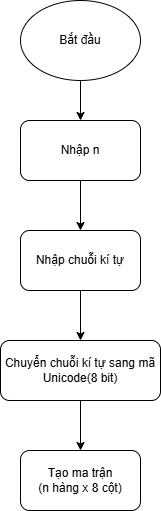
This is cstts_luu_do_rieng_tung_phan/nhap_mahoa.png from nhatnguyen3104/BaiTapLonCstts, a draw.io export, as it was before one commit. Source tidied: cells renumbered, new cells last; positions are measured from the earlier drawing's top-left corner, leaving out a move shared by most shapes. The source it was exported from:
```xml
<mxGraphModel>
  <root>
    <mxCell id="0" />
    <mxCell id="1" parent="0" />
    <mxCell id="2" style="edgeStyle=orthogonalEdgeStyle;rounded=0;jettySize=auto;html=1;" parent="1" edge="1" source="3" target="5">
      <mxGeometry relative="1" as="geometry" />
    </mxCell>
    <mxCell id="3" value="Bắt đầu" style="ellipse;whiteSpace=wrap;html=1;" parent="1" vertex="1">
      <mxGeometry x="20" width="120" height="80" as="geometry" />
    </mxCell>
    <mxCell id="4" style="edgeStyle=orthogonalEdgeStyle;rounded=0;jettySize=auto;html=1;" parent="1" edge="1" source="5" target="7">
      <mxGeometry relative="1" as="geometry" />
    </mxCell>
    <mxCell id="5" value="Nhập n" style="rounded=1;whiteSpace=wrap;html=1;" parent="1" vertex="1">
      <mxGeometry x="20" y="120" width="120" height="60" as="geometry" />
    </mxCell>
    <mxCell id="6" style="edgeStyle=orthogonalEdgeStyle;rounded=0;jettySize=auto;html=1;" parent="1" edge="1" source="7" target="9">
      <mxGeometry relative="1" as="geometry" />
    </mxCell>
    <mxCell id="7" value="Nhập chuỗi kí tự" style="rounded=1;whiteSpace=wrap;html=1;" parent="1" vertex="1">
      <mxGeometry x="20" y="230" width="120" height="60" as="geometry" />
    </mxCell>
    <mxCell id="8" style="edgeStyle=orthogonalEdgeStyle;rounded=0;jettySize=auto;html=1;" parent="1" edge="1" source="9" target="10">
      <mxGeometry relative="1" as="geometry" />
    </mxCell>
    <mxCell id="9" value="Chuyển chuỗi kí tự sang mã Unicode(8 bit)" style="rounded=1;whiteSpace=wrap;html=1;" parent="1" vertex="1">
      <mxGeometry y="340" width="160" height="60" as="geometry" />
    </mxCell>
    <mxCell id="10" value="Tạo ma trận&lt;div&gt;(n hàng x 8 cột)&lt;/div&gt;" style="rounded=1;whiteSpace=wrap;html=1;" parent="1" vertex="1">
      <mxGeometry x="20" y="450" width="120" height="60" as="geometry" />
    </mxCell>
  </root>
</mxGraphModel>
```
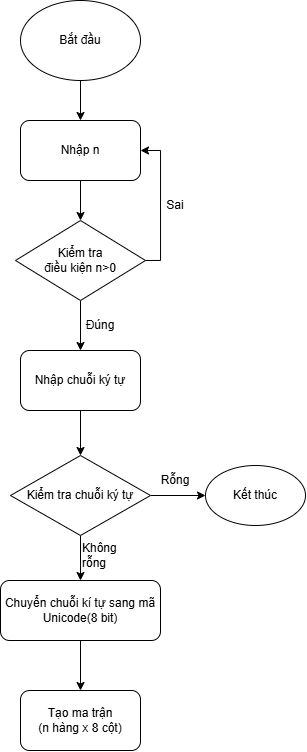
The same file after the commit.

What changed in the source:
```diff
@@ -8,26 +8,64 @@
     <mxCell id="3" value="Bắt đầu" style="ellipse;whiteSpace=wrap;html=1;" parent="1" vertex="1">
       <mxGeometry x="20" width="120" height="80" as="geometry" />
     </mxCell>
-    <mxCell id="4" style="edgeStyle=orthogonalEdgeStyle;rounded=0;jettySize=auto;html=1;" parent="1" edge="1" source="5" target="7">
-      <mxGeometry relative="1" as="geometry" />
-    </mxCell>
+    <mxCell id="11" style="edgeStyle=orthogonalEdgeStyle;rounded=0;jettySize=auto;html=1;" parent="1" edge="1" source="5" target="15">
+      <mxGeometry relative="1" as="geometry" />
+    </mxCell>
     <mxCell id="5" value="Nhập n" style="rounded=1;whiteSpace=wrap;html=1;" parent="1" vertex="1">
       <mxGeometry x="20" y="120" width="120" height="60" as="geometry" />
     </mxCell>
-    <mxCell id="6" style="edgeStyle=orthogonalEdgeStyle;rounded=0;jettySize=auto;html=1;" parent="1" edge="1" source="7" target="9">
-      <mxGeometry relative="1" as="geometry" />
-    </mxCell>
+    <mxCell id="12" style="edgeStyle=orthogonalEdgeStyle;rounded=0;jettySize=auto;html=1;" parent="1" edge="1" source="7" target="20">
+      <mxGeometry relative="1" as="geometry" />
+    </mxCell>
-    <mxCell id="7" value="Nhập chuỗi kí tự" style="rounded=1;whiteSpace=wrap;html=1;" parent="1" vertex="1">
-      <mxGeometry x="20" y="230" width="120" height="60" as="geometry" />
+    <mxCell id="7" value="Nhập chuỗi ký tự" style="rounded=1;whiteSpace=wrap;html=1;" parent="1" vertex="1">
+      <mxGeometry x="20" y="350" width="120" height="60" as="geometry" />
     </mxCell>
     <mxCell id="8" style="edgeStyle=orthogonalEdgeStyle;rounded=0;jettySize=auto;html=1;" parent="1" edge="1" source="9" target="10">
       <mxGeometry relative="1" as="geometry" />
     </mxCell>
     <mxCell id="9" value="Chuyển chuỗi kí tự sang mã Unicode(8 bit)" style="rounded=1;whiteSpace=wrap;html=1;" parent="1" vertex="1">
-      <mxGeometry y="340" width="160" height="60" as="geometry" />
+      <mxGeometry y="580" width="160" height="60" as="geometry" />
     </mxCell>
     <mxCell id="10" value="Tạo ma trận&lt;div&gt;(n hàng x 8 cột)&lt;/div&gt;" style="rounded=1;whiteSpace=wrap;html=1;" parent="1" vertex="1">
-      <mxGeometry x="20" y="450" width="120" height="60" as="geometry" />
+      <mxGeometry x="20" y="690" width="120" height="60" as="geometry" />
     </mxCell>
+    <mxCell id="13" style="edgeStyle=orthogonalEdgeStyle;rounded=0;jettySize=auto;html=1;entryX=1;entryY=0.5;entryDx=0;entryDy=0;" parent="1" edge="1" source="15" target="5">
+      <mxGeometry relative="1" as="geometry">
+        <Array as="points">
+          <mxPoint x="160" y="260" />
+          <mxPoint x="160" y="150" />
+        </Array>
+      </mxGeometry>
+    </mxCell>
+    <mxCell id="14" style="edgeStyle=orthogonalEdgeStyle;rounded=0;jettySize=auto;html=1;" parent="1" edge="1" source="15" target="7">
+      <mxGeometry relative="1" as="geometry" />
+    </mxCell>
+    <mxCell id="15" value="Kiểm tra&lt;div&gt;điều kiện n&amp;gt;0&lt;/div&gt;" style="rhombus;whiteSpace=wrap;html=1;" parent="1" vertex="1">
+      <mxGeometry x="15" y="220" width="130" height="80" as="geometry" />
+    </mxCell>
+    <mxCell id="16" value="Sai" style="text;html=1;whiteSpace=wrap;strokeColor=none;fillColor=none;align=center;verticalAlign=middle;rounded=0;" parent="1" vertex="1">
+      <mxGeometry x="145" y="190" width="60" height="30" as="geometry" />
+    </mxCell>
+    <mxCell id="17" value="Đúng" style="text;html=1;whiteSpace=wrap;strokeColor=none;fillColor=none;align=center;verticalAlign=middle;rounded=0;" parent="1" vertex="1">
+      <mxGeometry x="70" y="310" width="60" height="30" as="geometry" />
+    </mxCell>
+    <mxCell id="18" style="edgeStyle=orthogonalEdgeStyle;rounded=0;jettySize=auto;html=1;" parent="1" edge="1" source="20" target="21">
+      <mxGeometry relative="1" as="geometry" />
+    </mxCell>
+    <mxCell id="19" style="edgeStyle=orthogonalEdgeStyle;rounded=0;jettySize=auto;html=1;" parent="1" edge="1" source="20" target="9">
+      <mxGeometry relative="1" as="geometry" />
+    </mxCell>
+    <mxCell id="20" value="Kiểm tra chuỗi ký tự" style="rhombus;whiteSpace=wrap;html=1;" parent="1" vertex="1">
+      <mxGeometry x="10" y="455" width="140" height="80" as="geometry" />
+    </mxCell>
+    <mxCell id="21" value="Kết thúc" style="ellipse;whiteSpace=wrap;html=1;" parent="1" vertex="1">
+      <mxGeometry x="205" y="465" width="100" height="60" as="geometry" />
+    </mxCell>
+    <mxCell id="22" value="Rỗng" style="text;html=1;whiteSpace=wrap;strokeColor=none;fillColor=none;align=center;verticalAlign=middle;rounded=0;" parent="1" vertex="1">
+      <mxGeometry x="145" y="465" width="60" height="30" as="geometry" />
+    </mxCell>
+    <mxCell id="23" value="Không rỗng" style="text;html=1;whiteSpace=wrap;strokeColor=none;fillColor=none;align=left;verticalAlign=middle;rounded=0;" parent="1" vertex="1">
+      <mxGeometry x="80" y="540" width="60" height="30" as="geometry" />
+    </mxCell>
   </root>
 </mxGraphModel>
```
